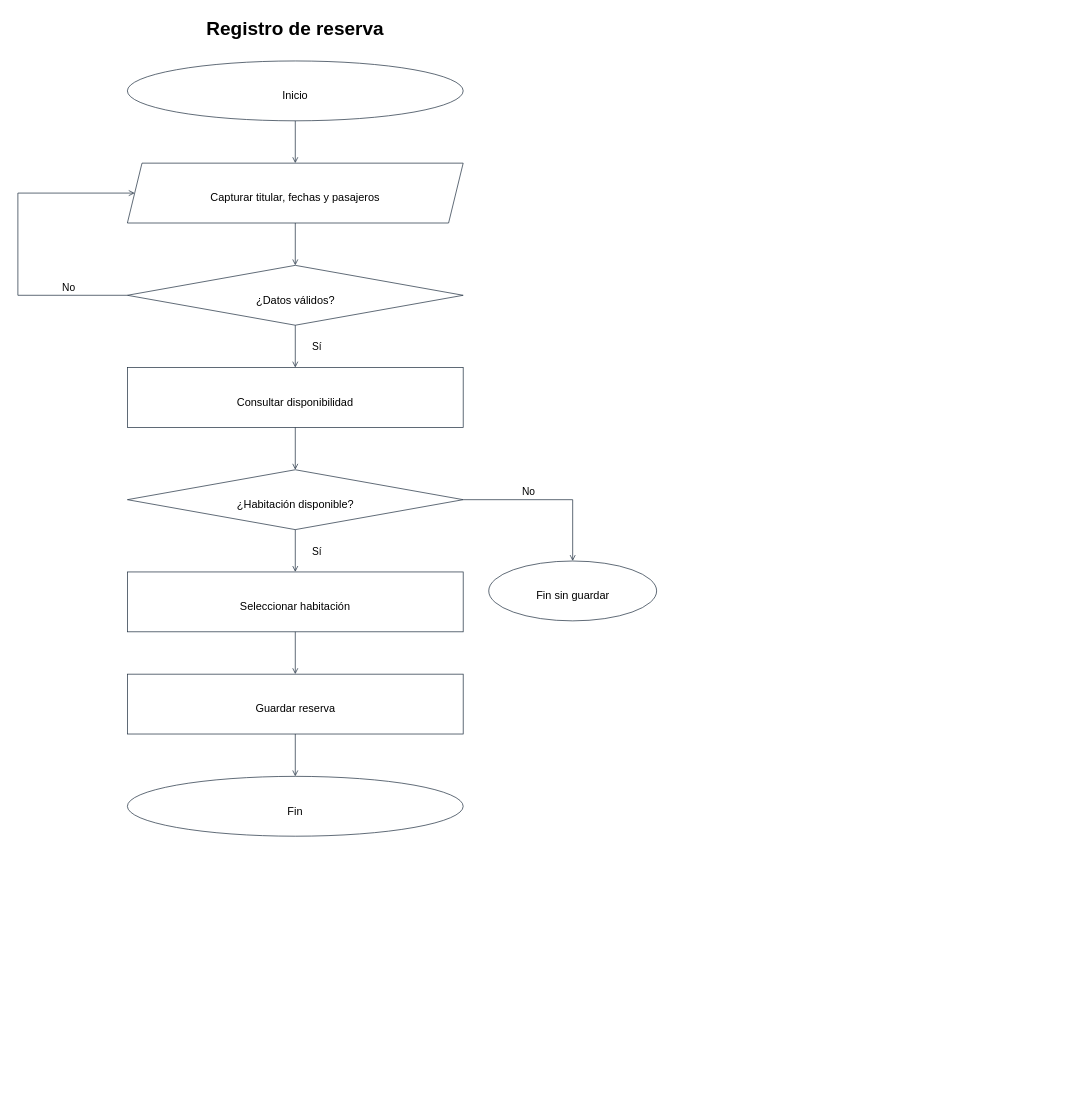
Earlier version of the draw.io diagram diagramas-editables/flujo-reserva.drawio (Yutre3/hotel-duerme-bien). Source tidied: cells renumbered, new cells numbered last; positions are measured from the earlier drawing's top-left corner, leaving out a move shared by most shapes. Both pictures are drawn from the tidied source at 73%, with x=0, y=0 at pixel (18, 12).
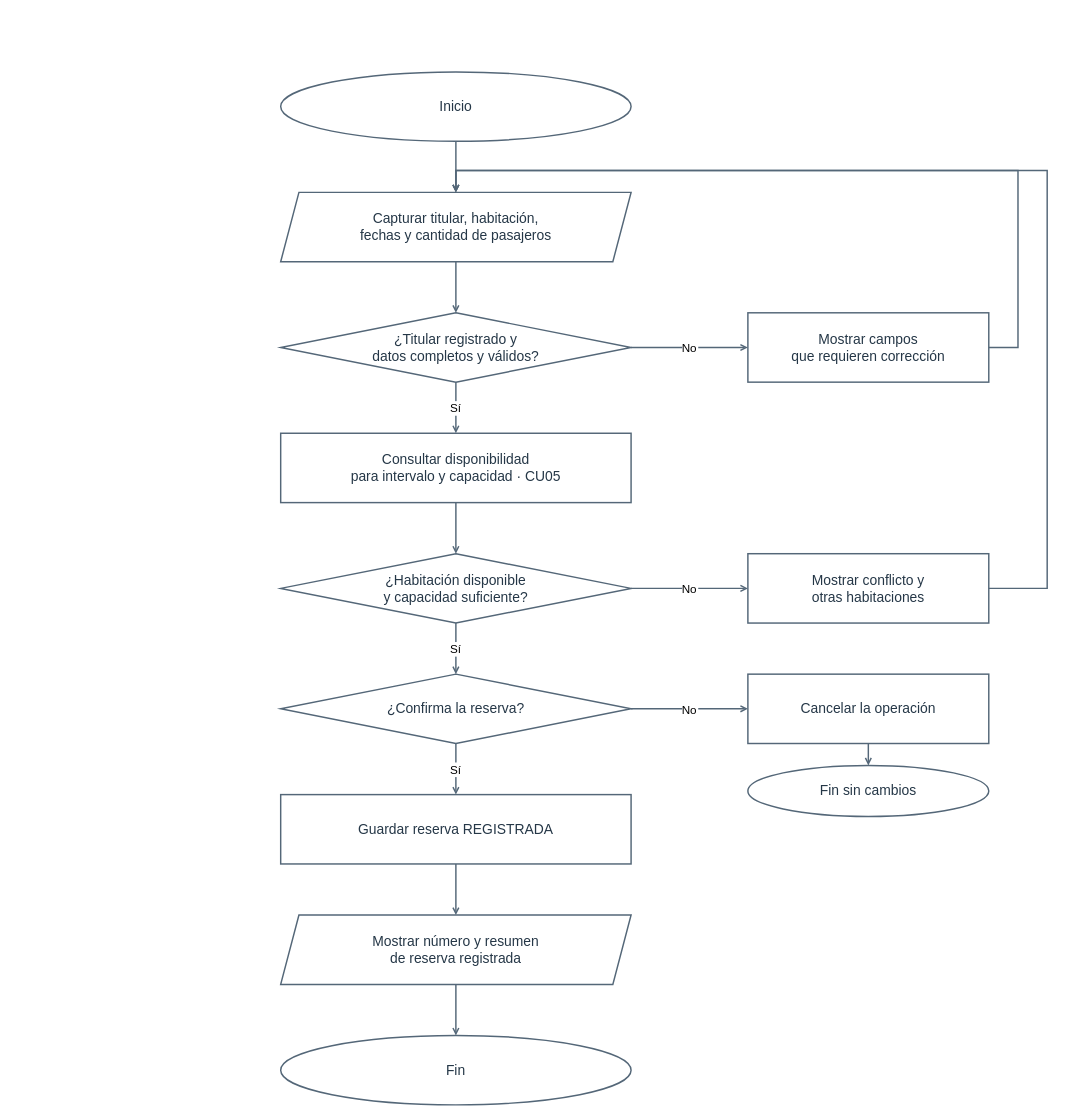
After the change.

What changed in the source:
```diff
@@
-    <mxCell id="2" value="Registro de reserva" style="text;html=0;whiteSpace=wrap;strokeColor=none;fillColor=none;align=center;fontSize=26.0;fontStyle=1;" parent="1" vertex="1">
-      <mxGeometry x="231.8" width="296.4" height="36.4" as="geometry" />
-    </mxCell>
-    <mxCell id="3" style="html=0;strokeColor=#263545;fillColor=#ffffff;shape=ellipse;" parent="1" vertex="1">
-      <mxGeometry x="150" y="66" width="460" height="82" as="geometry" />
-    </mxCell>
-    <mxCell id="4" value="Inicio" style="text;html=0;whiteSpace=wrap;strokeColor=none;fillColor=none;align=center;fontSize=15.0;fontStyle=0;" parent="1" vertex="1">
-      <mxGeometry x="353" y="98" width="54" height="21" as="geometry" />
+    <mxCell id="4" value="Inicio" style="ellipse;html=0;whiteSpace=wrap;strokeColor=#546778;strokeWidth=2;fillColor=#ffffff;fontColor=#253747;fontSize=19;" parent="1" vertex="1">
+      <mxGeometry x="360" y="81" width="480" height="95" as="geometry" />
     </mxCell>
-    <mxCell id="5" style="html=0;strokeColor=#263545;endArrow=open;" parent="1" edge="1">
-      <mxGeometry relative="1" as="geometry">
-        <mxPoint x="380" y="148" as="sourcePoint" />
-        <mxPoint x="380" y="206" as="targetPoint" />
-      </mxGeometry>
-    </mxCell>
-    <mxCell id="6" style="html=0;strokeColor=#263545;fillColor=#ffffff;shape=parallelogram;fixedSize=1;size=20;" parent="1" vertex="1">
-      <mxGeometry x="150" y="206" width="460" height="82" as="geometry" />
-    </mxCell>
-    <mxCell id="7" value="Capturar titular, fechas y pasajeros" style="text;html=0;whiteSpace=wrap;strokeColor=none;fillColor=none;align=center;fontSize=15.0;fontStyle=0;" parent="1" vertex="1">
-      <mxGeometry x="218" y="238" width="324" height="21" as="geometry" />
-    </mxCell>
-    <mxCell id="8" style="html=0;strokeColor=#263545;endArrow=open;" parent="1" edge="1">
-      <mxGeometry relative="1" as="geometry">
-        <mxPoint x="380" y="288" as="sourcePoint" />
-        <mxPoint x="380" y="346" as="targetPoint" />
-      </mxGeometry>
-    </mxCell>
-    <mxCell id="9" style="html=0;strokeColor=#263545;fillColor=#ffffff;shape=rhombus;" parent="1" vertex="1">
-      <mxGeometry x="150" y="346" width="460" height="82" as="geometry" />
-    </mxCell>
-    <mxCell id="10" value="¿Datos válidos?" style="text;html=0;whiteSpace=wrap;strokeColor=none;fillColor=none;align=center;fontSize=15.0;fontStyle=0;" parent="1" vertex="1">
-      <mxGeometry x="312.5" y="378" width="135" height="21" as="geometry" />
-    </mxCell>
-    <mxCell id="11" style="html=0;strokeColor=#263545;endArrow=open;" parent="1" edge="1">
-      <mxGeometry relative="1" as="geometry">
-        <mxPoint x="380" y="428" as="sourcePoint" />
-        <mxPoint x="380" y="486" as="targetPoint" />
-      </mxGeometry>
-    </mxCell>
-    <mxCell id="12" value="Sí" style="text;html=0;whiteSpace=wrap;strokeColor=none;fillColor=none;align=center;fontSize=14.0;fontStyle=0;" parent="1" vertex="1">
-      <mxGeometry x="390" y="443" width="40" height="19.6" as="geometry" />
-    </mxCell>
-    <mxCell id="13" style="html=0;strokeColor=#263545;fillColor=#ffffff;shape=rectangle;" parent="1" vertex="1">
-      <mxGeometry x="150" y="486" width="460" height="82" as="geometry" />
-    </mxCell>
-    <mxCell id="14" value="Consultar disponibilidad" style="text;html=0;whiteSpace=wrap;strokeColor=none;fillColor=none;align=center;fontSize=15.0;fontStyle=0;" parent="1" vertex="1">
-      <mxGeometry x="272" y="518" width="216" height="21" as="geometry" />
-    </mxCell>
-    <mxCell id="15" style="html=0;strokeColor=#263545;endArrow=open;" parent="1" edge="1">
-      <mxGeometry relative="1" as="geometry">
-        <mxPoint x="380" y="568" as="sourcePoint" />
-        <mxPoint x="380" y="626" as="targetPoint" />
-      </mxGeometry>
-    </mxCell>
-    <mxCell id="16" style="html=0;strokeColor=#263545;fillColor=#ffffff;shape=rhombus;" parent="1" vertex="1">
-      <mxGeometry x="150" y="626" width="460" height="82" as="geometry" />
-    </mxCell>
-    <mxCell id="17" value="¿Habitación disponible?" style="text;html=0;whiteSpace=wrap;strokeColor=none;fillColor=none;align=center;fontSize=15.0;fontStyle=0;" parent="1" vertex="1">
-      <mxGeometry x="276.5" y="658" width="207" height="21" as="geometry" />
-    </mxCell>
-    <mxCell id="18" style="html=0;strokeColor=#263545;endArrow=open;" parent="1" edge="1">
-      <mxGeometry relative="1" as="geometry">
-        <mxPoint x="380" y="708" as="sourcePoint" />
-        <mxPoint x="380" y="766" as="targetPoint" />
-      </mxGeometry>
-    </mxCell>
-    <mxCell id="19" value="Sí" style="text;html=0;whiteSpace=wrap;strokeColor=none;fillColor=none;align=center;fontSize=14.0;fontStyle=0;" parent="1" vertex="1">
-      <mxGeometry x="390" y="723" width="40" height="19.6" as="geometry" />
-    </mxCell>
-    <mxCell id="20" style="html=0;strokeColor=#263545;fillColor=#ffffff;shape=rectangle;" parent="1" vertex="1">
-      <mxGeometry x="150" y="766" width="460" height="82" as="geometry" />
-    </mxCell>
-    <mxCell id="21" value="Seleccionar habitación" style="text;html=0;whiteSpace=wrap;strokeColor=none;fillColor=none;align=center;fontSize=15.0;fontStyle=0;" parent="1" vertex="1">
-      <mxGeometry x="281" y="798" width="198" height="21" as="geometry" />
-    </mxCell>
-    <mxCell id="22" style="html=0;strokeColor=#263545;endArrow=open;" parent="1" edge="1">
-      <mxGeometry relative="1" as="geometry">
-        <mxPoint x="380" y="848" as="sourcePoint" />
-        <mxPoint x="380" y="906" as="targetPoint" />
-      </mxGeometry>
-    </mxCell>
-    <mxCell id="23" style="html=0;strokeColor=#263545;fillColor=#ffffff;shape=rectangle;" parent="1" vertex="1">
-      <mxGeometry x="150" y="906" width="460" height="82" as="geometry" />
-    </mxCell>
-    <mxCell id="24" value="Guardar reserva" style="text;html=0;whiteSpace=wrap;strokeColor=none;fillColor=none;align=center;fontSize=15.0;fontStyle=0;" parent="1" vertex="1">
-      <mxGeometry x="312.5" y="938" width="135" height="21" as="geometry" />
-    </mxCell>
-    <mxCell id="25" style="html=0;strokeColor=#263545;endArrow=open;" parent="1" edge="1">
-      <mxGeometry relative="1" as="geometry">
-        <mxPoint x="380" y="988" as="sourcePoint" />
-        <mxPoint x="380" y="1046" as="targetPoint" />
-      </mxGeometry>
-    </mxCell>
-    <mxCell id="26" style="html=0;strokeColor=#263545;fillColor=#ffffff;shape=ellipse;" parent="1" vertex="1">
-      <mxGeometry x="150" y="1046" width="460" height="82" as="geometry" />
-    </mxCell>
+    <mxCell id="37" value="Capturar titular, habitación,&#10;fechas y cantidad de pasajeros" style="shape=parallelogram;fixedSize=1;size=25;html=0;whiteSpace=wrap;strokeColor=#546778;strokeWidth=2;fillColor=#ffffff;fontColor=#253747;fontSize=19;" parent="1" vertex="1">
+      <mxGeometry x="360" y="246" width="480" height="95" as="geometry" />
+    </mxCell>
+    <mxCell id="38" value="¿Titular registrado y&#10;datos completos y válidos?" style="rhombus;html=0;whiteSpace=wrap;strokeColor=#546778;strokeWidth=2;fillColor=#ffffff;fontColor=#253747;fontSize=19;" parent="1" vertex="1">
+      <mxGeometry x="360" y="411" width="480" height="95" as="geometry" />
+    </mxCell>
+    <mxCell id="39" value="Consultar disponibilidad&#10;para intervalo y capacidad · CU05" style="rounded=0;html=0;whiteSpace=wrap;strokeColor=#546778;strokeWidth=2;fillColor=#ffffff;fontColor=#253747;fontSize=19;" parent="1" vertex="1">
+      <mxGeometry x="360" y="576" width="480" height="95" as="geometry" />
+    </mxCell>
+    <mxCell id="40" value="¿Habitación disponible&#10;y capacidad suficiente?" style="rhombus;html=0;whiteSpace=wrap;strokeColor=#546778;strokeWidth=2;fillColor=#ffffff;fontColor=#253747;fontSize=19;" parent="1" vertex="1">
+      <mxGeometry x="360" y="741" width="480" height="95" as="geometry" />
+    </mxCell>
+    <mxCell id="41" value="¿Confirma la reserva?" style="rhombus;html=0;whiteSpace=wrap;strokeColor=#546778;strokeWidth=2;fillColor=#ffffff;fontColor=#253747;fontSize=19;" parent="1" vertex="1">
+      <mxGeometry x="360" y="906" width="480" height="95" as="geometry" />
+    </mxCell>
+    <mxCell id="42" value="Guardar reserva REGISTRADA" style="rounded=0;html=0;whiteSpace=wrap;strokeColor=#546778;strokeWidth=2;fillColor=#ffffff;fontColor=#253747;fontSize=19;" parent="1" vertex="1">
+      <mxGeometry x="360" y="1071" width="480" height="95" as="geometry" />
+    </mxCell>
+    <mxCell id="43" value="Mostrar número y resumen&#10;de reserva registrada" style="shape=parallelogram;fixedSize=1;size=25;html=0;whiteSpace=wrap;strokeColor=#546778;strokeWidth=2;fillColor=#ffffff;fontColor=#253747;fontSize=19;" parent="1" vertex="1">
+      <mxGeometry x="360" y="1236" width="480" height="95" as="geometry" />
+    </mxCell>
-    <mxCell id="27" value="Fin" style="text;html=0;whiteSpace=wrap;strokeColor=none;fillColor=none;align=center;fontSize=15.0;fontStyle=0;" parent="1" vertex="1">
-      <mxGeometry x="360" y="1078" width="40" height="21" as="geometry" />
+    <mxCell id="27" value="Fin" style="ellipse;html=0;whiteSpace=wrap;strokeColor=#546778;strokeWidth=2;fillColor=#ffffff;fontColor=#253747;fontSize=19;" parent="1" vertex="1">
+      <mxGeometry x="360" y="1401" width="480" height="95" as="geometry" />
     </mxCell>
-    <mxCell id="28" style="html=0;strokeColor=#263545;endArrow=none;" parent="1" edge="1">
-      <mxGeometry relative="1" as="geometry">
-        <mxPoint x="150" y="387" as="sourcePoint" />
-        <mxPoint y="387" as="targetPoint" />
-      </mxGeometry>
-    </mxCell>
-    <mxCell id="29" style="html=0;strokeColor=#263545;endArrow=none;" parent="1" edge="1">
-      <mxGeometry relative="1" as="geometry">
-        <mxPoint y="387" as="sourcePoint" />
-        <mxPoint y="247" as="targetPoint" />
-      </mxGeometry>
-    </mxCell>
-    <mxCell id="30" style="html=0;strokeColor=#263545;endArrow=open;" parent="1" edge="1">
-      <mxGeometry relative="1" as="geometry">
-        <mxPoint y="247" as="sourcePoint" />
-        <mxPoint x="160" y="247" as="targetPoint" />
-      </mxGeometry>
-    </mxCell>
-    <mxCell id="31" value="No" style="text;html=0;whiteSpace=wrap;strokeColor=none;fillColor=none;align=center;fontSize=14.0;fontStyle=0;" parent="1" vertex="1">
-      <mxGeometry x="50" y="361" width="40" height="19.6" as="geometry" />
-    </mxCell>
-    <mxCell id="32" style="html=0;strokeColor=#263545;endArrow=none;" parent="1" edge="1">
-      <mxGeometry relative="1" as="geometry">
-        <mxPoint x="610" y="667" as="sourcePoint" />
-        <mxPoint x="760" y="667" as="targetPoint" />
-      </mxGeometry>
-    </mxCell>
-    <mxCell id="33" style="html=0;strokeColor=#263545;endArrow=open;" parent="1" edge="1">
-      <mxGeometry relative="1" as="geometry">
-        <mxPoint x="760" y="667" as="sourcePoint" />
-        <mxPoint x="760" y="751" as="targetPoint" />
-      </mxGeometry>
-    </mxCell>
-    <mxCell id="34" value="No" style="text;html=0;whiteSpace=wrap;strokeColor=none;fillColor=none;align=center;fontSize=14.0;fontStyle=0;" parent="1" vertex="1">
-      <mxGeometry x="680" y="641" width="40" height="19.6" as="geometry" />
-    </mxCell>
-    <mxCell id="35" style="html=0;strokeColor=#263545;fillColor=#ffffff;shape=ellipse;" parent="1" vertex="1">
-      <mxGeometry x="645" y="751" width="230" height="82" as="geometry" />
-    </mxCell>
-    <mxCell id="36" value="Fin sin guardar" style="text;html=0;whiteSpace=wrap;strokeColor=none;fillColor=none;align=center;fontSize=15.0;fontStyle=0;" parent="1" vertex="1">
-      <mxGeometry x="692.5" y="783" width="135" height="21" as="geometry" />
-    </mxCell>
+    <mxCell id="44" value="Mostrar campos&#10;que requieren corrección" style="rounded=0;html=0;whiteSpace=wrap;strokeColor=#546778;strokeWidth=2;fillColor=#ffffff;fontColor=#253747;fontSize=19;" parent="1" vertex="1">
+      <mxGeometry x="1000" y="411" width="330" height="95" as="geometry" />
+    </mxCell>
+    <mxCell id="45" value="Mostrar conflicto y&#10;otras habitaciones" style="rounded=0;html=0;whiteSpace=wrap;strokeColor=#546778;strokeWidth=2;fillColor=#ffffff;fontColor=#253747;fontSize=19;" parent="1" vertex="1">
+      <mxGeometry x="1000" y="741" width="330" height="95" as="geometry" />
+    </mxCell>
+    <mxCell id="46" value="Cancelar la operación" style="rounded=0;html=0;whiteSpace=wrap;strokeColor=#546778;strokeWidth=2;fillColor=#ffffff;fontColor=#253747;fontSize=19;" parent="1" vertex="1">
+      <mxGeometry x="1000" y="906" width="330" height="95" as="geometry" />
+    </mxCell>
+    <mxCell id="47" value="Fin sin cambios" style="ellipse;html=0;whiteSpace=wrap;strokeColor=#546778;strokeWidth=2;fillColor=#ffffff;fontColor=#253747;fontSize=19;" parent="1" vertex="1">
+      <mxGeometry x="1000" y="1031" width="330" height="70" as="geometry" />
+    </mxCell>
+    <mxCell id="48" style="html=0;edgeStyle=none;rounded=0;strokeWidth=2;strokeColor=#546778;fontSize=16;endArrow=open;endFill=0;startArrow=none;startFill=0;exitX=0.5;exitY=1;exitPerimeter=0;entryX=0.5;entryY=0;entryPerimeter=0;" parent="1" edge="1" source="4" target="37">
+      <mxGeometry relative="1" as="geometry" />
+    </mxCell>
+    <mxCell id="49" style="html=0;edgeStyle=none;rounded=0;strokeWidth=2;strokeColor=#546778;fontSize=16;endArrow=open;endFill=0;startArrow=none;startFill=0;exitX=0.5;exitY=1;exitPerimeter=0;entryX=0.5;entryY=0;entryPerimeter=0;" parent="1" edge="1" source="37" target="38">
+      <mxGeometry relative="1" as="geometry" />
+    </mxCell>
+    <mxCell id="50" value="Sí" style="html=0;edgeStyle=none;rounded=0;strokeWidth=2;strokeColor=#546778;fontSize=16;endArrow=open;endFill=0;startArrow=none;startFill=0;exitX=0.5;exitY=1;exitPerimeter=0;entryX=0.5;entryY=0;entryPerimeter=0;" parent="1" edge="1" source="38" target="39">
+      <mxGeometry relative="1" as="geometry" />
+    </mxCell>
+    <mxCell id="51" style="html=0;edgeStyle=none;rounded=0;strokeWidth=2;strokeColor=#546778;fontSize=16;endArrow=open;endFill=0;startArrow=none;startFill=0;exitX=0.5;exitY=1;exitPerimeter=0;entryX=0.5;entryY=0;entryPerimeter=0;" parent="1" edge="1" source="39" target="40">
+      <mxGeometry relative="1" as="geometry" />
+    </mxCell>
+    <mxCell id="52" value="Sí" style="html=0;edgeStyle=none;rounded=0;strokeWidth=2;strokeColor=#546778;fontSize=16;endArrow=open;endFill=0;startArrow=none;startFill=0;exitX=0.5;exitY=1;exitPerimeter=0;entryX=0.5;entryY=0;entryPerimeter=0;" parent="1" edge="1" source="40" target="41">
+      <mxGeometry relative="1" as="geometry" />
+    </mxCell>
+    <mxCell id="53" value="Sí" style="html=0;edgeStyle=none;rounded=0;strokeWidth=2;strokeColor=#546778;fontSize=16;endArrow=open;endFill=0;startArrow=none;startFill=0;exitX=0.5;exitY=1;exitPerimeter=0;entryX=0.5;entryY=0;entryPerimeter=0;" parent="1" edge="1" source="41" target="42">
+      <mxGeometry relative="1" as="geometry" />
+    </mxCell>
+    <mxCell id="54" style="html=0;edgeStyle=none;rounded=0;strokeWidth=2;strokeColor=#546778;fontSize=16;endArrow=open;endFill=0;startArrow=none;startFill=0;exitX=0.5;exitY=1;exitPerimeter=0;entryX=0.5;entryY=0;entryPerimeter=0;" parent="1" edge="1" source="42" target="43">
+      <mxGeometry relative="1" as="geometry" />
+    </mxCell>
+    <mxCell id="55" style="html=0;edgeStyle=none;rounded=0;strokeWidth=2;strokeColor=#546778;fontSize=16;endArrow=open;endFill=0;startArrow=none;startFill=0;exitX=0.5;exitY=1;exitPerimeter=0;entryX=0.5;entryY=0;entryPerimeter=0;" parent="1" edge="1" source="43" target="27">
+      <mxGeometry relative="1" as="geometry" />
+    </mxCell>
+    <mxCell id="56" value="No" style="html=0;edgeStyle=none;rounded=0;strokeWidth=2;strokeColor=#546778;fontSize=16;endArrow=open;endFill=0;startArrow=none;startFill=0;exitX=1;exitY=0.5;exitPerimeter=0;entryX=0;entryY=0.5;entryPerimeter=0;" parent="1" edge="1" source="38" target="44">
+      <mxGeometry relative="1" as="geometry" />
+    </mxCell>
+    <mxCell id="57" style="html=0;edgeStyle=none;rounded=0;strokeWidth=2;strokeColor=#546778;fontSize=16;endArrow=open;endFill=0;startArrow=none;startFill=0;exitX=1;exitY=0.5;exitPerimeter=0;entryX=0.5;entryY=0;entryPerimeter=0;" parent="1" edge="1" source="44" target="37">
+      <mxGeometry relative="1" as="geometry">
+        <Array as="points">
+          <mxPoint x="1370" y="458.5" />
+          <mxPoint x="1370" y="216" />
+          <mxPoint x="600" y="216" />
+        </Array>
+      </mxGeometry>
+    </mxCell>
+    <mxCell id="58" value="No" style="html=0;edgeStyle=none;rounded=0;strokeWidth=2;strokeColor=#546778;fontSize=16;endArrow=open;endFill=0;startArrow=none;startFill=0;exitX=1;exitY=0.5;exitPerimeter=0;entryX=0;entryY=0.5;entryPerimeter=0;" parent="1" edge="1" source="40" target="45">
+      <mxGeometry relative="1" as="geometry" />
+    </mxCell>
+    <mxCell id="59" style="html=0;edgeStyle=none;rounded=0;strokeWidth=2;strokeColor=#546778;fontSize=16;endArrow=open;endFill=0;startArrow=none;startFill=0;exitX=1;exitY=0.5;exitPerimeter=0;entryX=0.5;entryY=0;entryPerimeter=0;" parent="1" edge="1" source="45" target="37">
+      <mxGeometry relative="1" as="geometry">
+        <Array as="points">
+          <mxPoint x="1410" y="788.5" />
+          <mxPoint x="1410" y="216" />
+          <mxPoint x="600" y="216" />
+        </Array>
+      </mxGeometry>
+    </mxCell>
+    <mxCell id="60" value="No" style="html=0;edgeStyle=none;rounded=0;strokeWidth=2;strokeColor=#546778;fontSize=16;endArrow=open;endFill=0;startArrow=none;startFill=0;exitX=1;exitY=0.5;exitPerimeter=0;entryX=0;entryY=0.5;entryPerimeter=0;" parent="1" edge="1" source="41" target="46">
+      <mxGeometry relative="1" as="geometry" />
+    </mxCell>
+    <mxCell id="61" style="html=0;edgeStyle=none;rounded=0;strokeWidth=2;strokeColor=#546778;fontSize=16;endArrow=open;endFill=0;startArrow=none;startFill=0;exitX=0.5;exitY=1;exitPerimeter=0;entryX=0.5;entryY=0;entryPerimeter=0;" parent="1" edge="1" source="46" target="47">
+      <mxGeometry relative="1" as="geometry" />
+    </mxCell>
```
